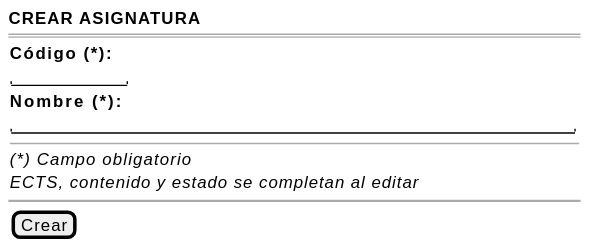
Above: images/RUP/01-requisitos/03-detalle-casos-uso/crearAsignatura/wireframe.svg in mmasias/pyCeldaPublico (PlantUML), before the change.
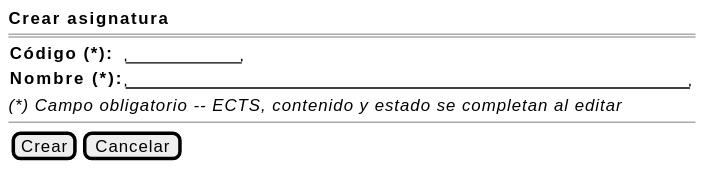
After the change.

What changed in the source:
```diff
@@ -1,17 +1,13 @@
 @startsalt crearAsignatura-wireframe
 {
-    <b>CREAR ASIGNATURA</b>
+    <b>Crear asignatura</b>
     ====
     {
-        <b>Código (*):</b>
-        "          "
-        <b>Nombre (*):</b>
-        "                                                  "
-        --
-        <i>(*) Campo obligatorio</i>
-        <i>ECTS, contenido y estado se completan al editar</i>
+        <b>Código (*):</b> | "          "
+        <b>Nombre (*):</b> | "                                                  "
     }
-    ~~
-    {[Crear]}
+    <i>(*) Campo obligatorio -- ECTS, contenido y estado se completan al editar</i>
+    --
+    {[Crear] | [Cancelar]}
 }
 @endsalt
```
